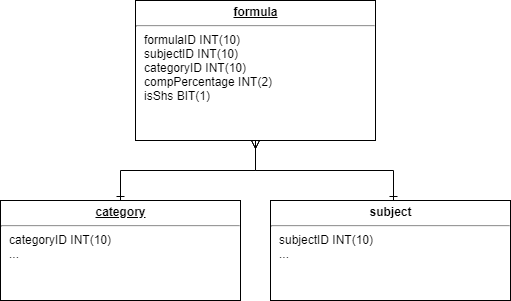
Earlier version of the draw.io export SP/Formula.png (blankart/dhla-web-app). Source tidied: cells renumbered, new cells last; positions are measured from the earlier drawing's top-left corner, leaving out a move shared by most shapes.
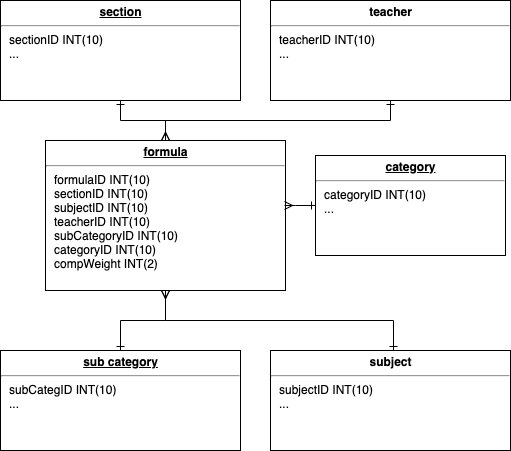
Later version of the same file.

Diff of the diagram source:
```diff
@@ -2,10 +2,10 @@
   <root>
     <mxCell id="0" />
     <mxCell id="1" parent="0" />
-    <mxCell id="2" value="&lt;p style=&quot;margin: 0px ; margin-top: 4px ; text-align: center ; text-decoration: underline&quot;&gt;&lt;b&gt;formula&lt;/b&gt;&lt;/p&gt;&lt;hr&gt;&lt;p style=&quot;margin: 0px ; margin-left: 8px&quot;&gt;formulaID INT(10)&lt;/p&gt;&lt;p style=&quot;margin: 0px ; margin-left: 8px&quot;&gt;subjectID INT(10)&lt;/p&gt;&lt;p style=&quot;margin: 0px ; margin-left: 8px&quot;&gt;categoryID INT(10)&lt;/p&gt;&lt;p style=&quot;margin: 0px ; margin-left: 8px&quot;&gt;compPercentage INT(2)&lt;/p&gt;&lt;p style=&quot;margin: 0px ; margin-left: 8px&quot;&gt;isShs BIT(1)&lt;/p&gt;" style="verticalAlign=top;align=left;overflow=fill;fontSize=12;fontFamily=Helvetica;html=1;rounded=0;shadow=0;comic=0;labelBackgroundColor=none;strokeColor=#000000;strokeWidth=1;fillColor=#ffffff;" parent="1" vertex="1">
-      <mxGeometry x="135" width="240" height="140" as="geometry" />
+    <mxCell id="2" value="&lt;p style=&quot;margin: 0px ; margin-top: 4px ; text-align: center ; text-decoration: underline&quot;&gt;&lt;b&gt;formula&lt;/b&gt;&lt;/p&gt;&lt;hr&gt;&lt;p style=&quot;margin: 0px ; margin-left: 8px&quot;&gt;formulaID INT(10)&lt;/p&gt;&lt;p style=&quot;margin: 0px ; margin-left: 8px&quot;&gt;sectionID INT(10)&lt;/p&gt;&lt;p style=&quot;margin: 0px ; margin-left: 8px&quot;&gt;subjectID INT(10)&lt;/p&gt;&lt;p style=&quot;margin: 0px ; margin-left: 8px&quot;&gt;teacherID INT(10)&lt;/p&gt;&lt;p style=&quot;margin: 0px ; margin-left: 8px&quot;&gt;subCategoryID INT(10)&lt;/p&gt;&lt;p style=&quot;margin: 0px ; margin-left: 8px&quot;&gt;categoryID INT(10)&lt;/p&gt;&lt;p style=&quot;margin: 0px ; margin-left: 8px&quot;&gt;compWeight INT(2)&lt;/p&gt;" style="verticalAlign=top;align=left;overflow=fill;fontSize=12;fontFamily=Helvetica;html=1;rounded=0;shadow=0;comic=0;labelBackgroundColor=none;strokeColor=#000000;strokeWidth=1;fillColor=#ffffff;" parent="1" vertex="1">
+      <mxGeometry x="45" y="-10" width="240" height="150" as="geometry" />
     </mxCell>
-    <mxCell id="3" value="&lt;p style=&quot;margin: 0px ; margin-top: 4px ; text-align: center ; text-decoration: underline&quot;&gt;&lt;b&gt;category&lt;/b&gt;&lt;/p&gt;&lt;hr&gt;&lt;p style=&quot;margin: 0px ; margin-left: 8px&quot;&gt;categoryID INT(10)&lt;/p&gt;&lt;p style=&quot;margin: 0px ; margin-left: 8px&quot;&gt;...&lt;/p&gt;" style="verticalAlign=top;align=left;overflow=fill;fontSize=12;fontFamily=Helvetica;html=1;rounded=0;shadow=0;comic=0;labelBackgroundColor=none;strokeColor=#000000;strokeWidth=1;fillColor=#ffffff;" parent="1" vertex="1">
+    <mxCell id="3" value="&lt;p style=&quot;margin: 0px ; margin-top: 4px ; text-align: center ; text-decoration: underline&quot;&gt;&lt;b&gt;sub category&lt;/b&gt;&lt;/p&gt;&lt;hr&gt;&lt;p style=&quot;margin: 0px ; margin-left: 8px&quot;&gt;subCategID INT(10)&lt;/p&gt;&lt;p style=&quot;margin: 0px ; margin-left: 8px&quot;&gt;...&lt;/p&gt;" style="verticalAlign=top;align=left;overflow=fill;fontSize=12;fontFamily=Helvetica;html=1;rounded=0;shadow=0;comic=0;labelBackgroundColor=none;strokeColor=#000000;strokeWidth=1;fillColor=#ffffff;" parent="1" vertex="1">
       <mxGeometry y="200" width="240" height="100" as="geometry" />
     </mxCell>
     <mxCell id="4" value="&lt;p style=&quot;margin: 4px 0px 0px ; text-align: center&quot;&gt;&lt;b&gt;subject&lt;/b&gt;&lt;/p&gt;&lt;hr&gt;&lt;p style=&quot;margin: 0px 0px 0px 8px&quot;&gt;subjectID INT(10)&lt;/p&gt;&lt;p style=&quot;margin: 0px 0px 0px 8px&quot;&gt;...&lt;/p&gt;" style="verticalAlign=top;align=left;overflow=fill;fontSize=12;fontFamily=Helvetica;html=1;rounded=0;shadow=0;comic=0;labelBackgroundColor=none;strokeColor=#000000;strokeWidth=1;fillColor=#ffffff;" parent="1" vertex="1">
@@ -15,14 +15,51 @@
       <mxGeometry relative="1" as="geometry">
         <Array as="points">
           <mxPoint x="120" y="170" />
-          <mxPoint x="255" y="170" />
+          <mxPoint x="165" y="170" />
         </Array>
       </mxGeometry>
     </mxCell>
     <mxCell id="6" style="endArrow=ERmany;html=1;edgeStyle=orthogonalEdgeStyle;rounded=0;exitX=0.513;exitY=-0.004;exitDx=0;exitDy=0;startArrow=ERone;startFill=0;endFill=0;exitPerimeter=0;" parent="1" edge="1" source="4">
       <mxGeometry relative="1" as="geometry">
-        <mxPoint x="255" y="140" as="targetPoint" />
+        <mxPoint x="165" y="140" as="targetPoint" />
+        <Array as="points">
+          <mxPoint x="393" y="170" />
+          <mxPoint x="165" y="170" />
+          <mxPoint x="165" y="140" />
+        </Array>
       </mxGeometry>
     </mxCell>
+    <mxCell id="7" value="&lt;p style=&quot;margin: 4px 0px 0px ; text-align: center&quot;&gt;&lt;b&gt;teacher&lt;/b&gt;&lt;/p&gt;&lt;hr&gt;&lt;p style=&quot;margin: 0px 0px 0px 8px&quot;&gt;teacherID INT(10)&lt;/p&gt;&lt;p style=&quot;margin: 0px 0px 0px 8px&quot;&gt;...&lt;/p&gt;" style="verticalAlign=top;align=left;overflow=fill;fontSize=12;fontFamily=Helvetica;html=1;rounded=0;shadow=0;comic=0;labelBackgroundColor=none;strokeColor=#000000;strokeWidth=1;fillColor=#ffffff;" parent="1" vertex="1">
+      <mxGeometry x="270" y="-150" width="240" height="100" as="geometry" />
+    </mxCell>
+    <mxCell id="8" value="&lt;p style=&quot;margin: 0px ; margin-top: 4px ; text-align: center ; text-decoration: underline&quot;&gt;&lt;b&gt;section&lt;/b&gt;&lt;/p&gt;&lt;hr&gt;&lt;p style=&quot;margin: 0px ; margin-left: 8px&quot;&gt;sectionID INT(10)&lt;/p&gt;&lt;p style=&quot;margin: 0px ; margin-left: 8px&quot;&gt;...&lt;/p&gt;" style="verticalAlign=top;align=left;overflow=fill;fontSize=12;fontFamily=Helvetica;html=1;rounded=0;shadow=0;comic=0;labelBackgroundColor=none;strokeColor=#000000;strokeWidth=1;fillColor=#ffffff;" parent="1" vertex="1">
+      <mxGeometry y="-150" width="240" height="100" as="geometry" />
+    </mxCell>
+    <mxCell id="9" style="endArrow=ERmany;html=1;edgeStyle=orthogonalEdgeStyle;rounded=0;exitX=0.5;exitY=1;exitDx=0;exitDy=0;startArrow=ERone;startFill=0;endFill=0;" parent="1" edge="1" source="8">
+      <mxGeometry relative="1" as="geometry">
+        <mxPoint x="165" y="-10" as="targetPoint" />
+        <Array as="points">
+          <mxPoint x="120" y="-30" />
+          <mxPoint x="165" y="-30" />
+          <mxPoint x="165" y="-10" />
+        </Array>
+      </mxGeometry>
+    </mxCell>
+    <mxCell id="10" style="endArrow=ERmany;html=1;edgeStyle=orthogonalEdgeStyle;rounded=0;exitX=0.5;exitY=1;exitDx=0;exitDy=0;startArrow=ERone;startFill=0;endFill=0;" parent="1" edge="1" source="7">
+      <mxGeometry relative="1" as="geometry">
+        <mxPoint x="165" y="-10" as="targetPoint" />
+      </mxGeometry>
+    </mxCell>
+    <mxCell id="11" value="&lt;p style=&quot;margin: 0px ; margin-top: 4px ; text-align: center ; text-decoration: underline&quot;&gt;&lt;b&gt;category&lt;/b&gt;&lt;/p&gt;&lt;hr&gt;&lt;p style=&quot;margin: 0px ; margin-left: 8px&quot;&gt;categoryID INT(10)&lt;/p&gt;&lt;p style=&quot;margin: 0px ; margin-left: 8px&quot;&gt;...&lt;/p&gt;" style="verticalAlign=top;align=left;overflow=fill;fontSize=12;fontFamily=Helvetica;html=1;rounded=0;shadow=0;comic=0;labelBackgroundColor=none;strokeColor=#000000;strokeWidth=1;fillColor=#ffffff;" parent="1" vertex="1">
+      <mxGeometry x="315" y="5" width="190" height="100" as="geometry" />
+    </mxCell>
+    <mxCell id="12" style="endArrow=ERmany;html=1;edgeStyle=orthogonalEdgeStyle;rounded=0;exitX=0;exitY=0.5;exitDx=0;exitDy=0;startArrow=ERone;startFill=0;endFill=0;entryX=0.997;entryY=0.436;entryDx=0;entryDy=0;entryPerimeter=0;" parent="1" edge="1" source="11" target="2">
+      <mxGeometry relative="1" as="geometry">
+        <Array as="points">
+          <mxPoint x="295" y="55" />
+          <mxPoint x="295" y="55" />
+        </Array>
+      </mxGeometry>
+    </mxCell>
   </root>
 </mxGraphModel>
```
